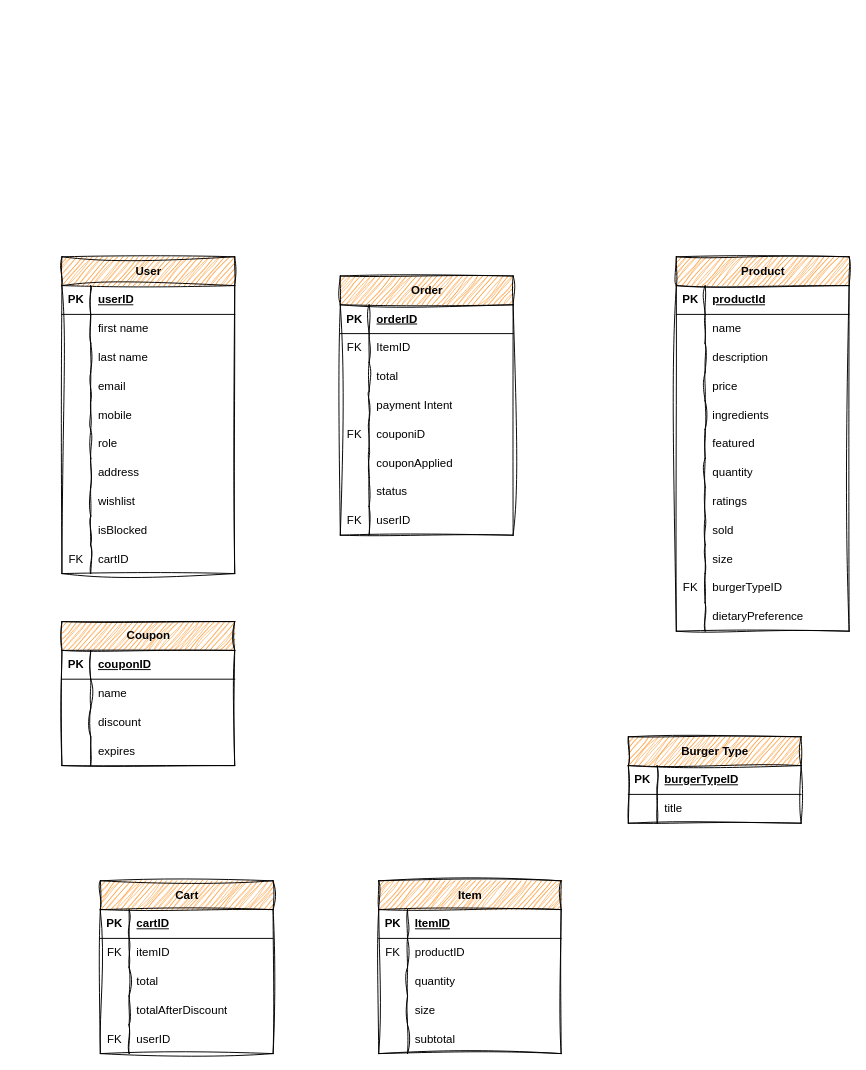
The draw.io diagram ER.drawio in JonR-lang/burger-restaurant-api, before the edit. Source tidied: cells renumbered, new cells numbered last; positions are measured from the earlier drawing's top-left corner, leaving out a move shared by most shapes. Both pictures are drawn from the tidied source at 96%, with x=0, y=0 at pixel (61, 256).
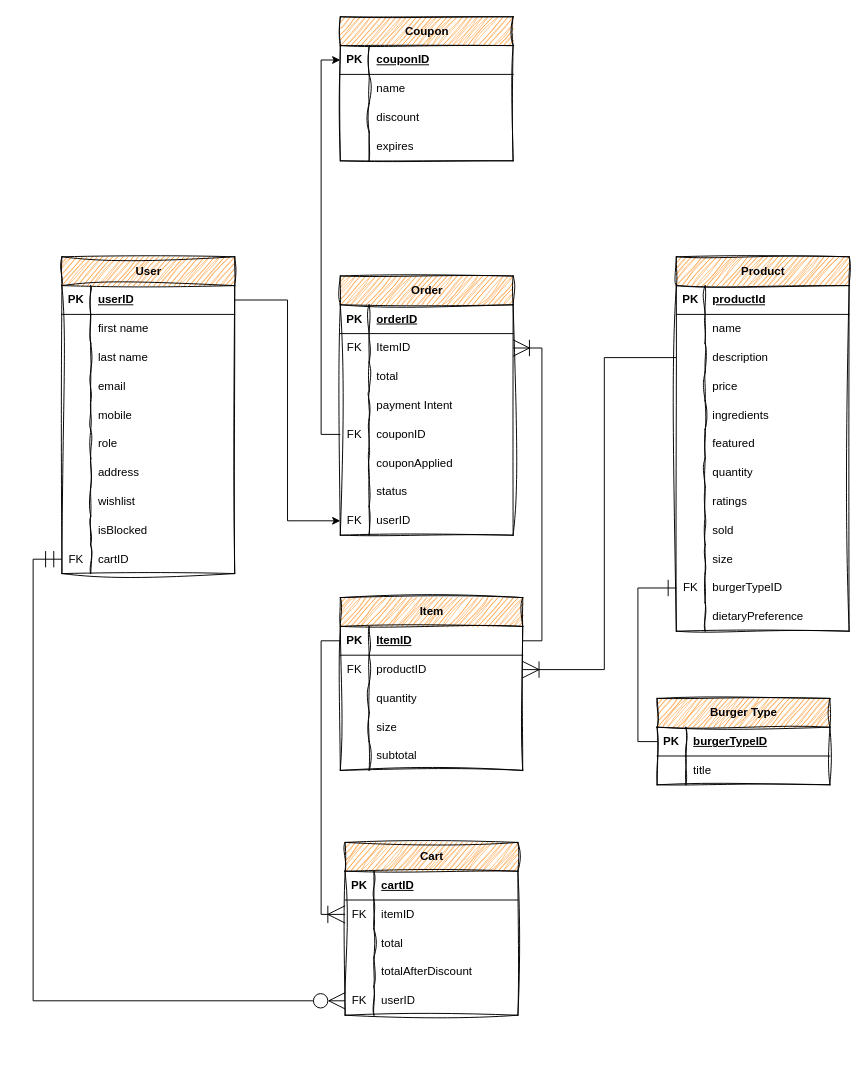
The same page after the edit.

The change refers to these unchanged cells:
```xml
<mxCell id="3" style="shape=tableRow;horizontal=0;startSize=0;swimlaneHead=0;swimlaneBody=0;fillColor=none;points=[[0,0.5],[1,0.5]];portConstraint=eastwest;top=0;left=0;right=0;bottom=1;" parent="2" vertex="1">
  <mxGeometry y="30" width="180" height="30" as="geometry" />
</mxCell>
<mxCell id="30" style="shape=tableRow;horizontal=0;startSize=0;swimlaneHead=0;swimlaneBody=0;fillColor=none;points=[[0,0.5],[1,0.5]];portConstraint=eastwest;top=0;left=0;right=0;bottom=0;" parent="2" vertex="1">
  <mxGeometry y="300" width="180" height="30" as="geometry" />
</mxCell>
<mxCell id="37" style="shape=tableRow;horizontal=0;startSize=0;swimlaneHead=0;swimlaneBody=0;fillColor=none;points=[[0,0.5],[1,0.5]];portConstraint=eastwest;top=0;left=0;right=0;bottom=0;" parent="33" vertex="1">
  <mxGeometry y="60" width="180" height="30" as="geometry" />
</mxCell>
<mxCell id="46" style="shape=tableRow;horizontal=0;startSize=0;swimlaneHead=0;swimlaneBody=0;fillColor=none;points=[[0,0.5],[1,0.5]];portConstraint=eastwest;top=0;left=0;right=0;bottom=0;" parent="33" vertex="1">
  <mxGeometry y="150" width="180" height="30" as="geometry" />
</mxCell>
<mxCell id="55" style="shape=tableRow;horizontal=0;startSize=0;swimlaneHead=0;swimlaneBody=0;fillColor=none;points=[[0,0.5],[1,0.5]];portConstraint=eastwest;top=0;left=0;right=0;bottom=0;" parent="33" vertex="1">
  <mxGeometry y="240" width="180" height="30" as="geometry" />
</mxCell>
<mxCell id="65" style="shape=tableRow;horizontal=0;startSize=0;swimlaneHead=0;swimlaneBody=0;fillColor=none;points=[[0,0.5],[1,0.5]];portConstraint=eastwest;top=0;left=0;right=0;bottom=0;" parent="58" vertex="1">
  <mxGeometry y="90" width="180" height="30" as="geometry" />
</mxCell>
<mxCell id="89" style="shape=tableRow;horizontal=0;startSize=0;swimlaneHead=0;swimlaneBody=0;fillColor=none;points=[[0,0.5],[1,0.5]];portConstraint=eastwest;top=0;left=0;right=0;bottom=0;" parent="58" vertex="1">
  <mxGeometry y="330" width="180" height="30" as="geometry" />
</mxCell>
<mxCell id="96" style="shape=tableRow;horizontal=0;startSize=0;swimlaneHead=0;swimlaneBody=0;fillColor=none;points=[[0,0.5],[1,0.5]];portConstraint=eastwest;top=0;left=0;right=0;bottom=1;" parent="95" vertex="1">
  <mxGeometry y="30" width="180" height="30" as="geometry" />
</mxCell>
<mxCell id="109" style="shape=tableRow;horizontal=0;startSize=0;swimlaneHead=0;swimlaneBody=0;fillColor=none;points=[[0,0.5],[1,0.5]];portConstraint=eastwest;top=0;left=0;right=0;bottom=1;" parent="108" vertex="1">
  <mxGeometry y="30" width="190" height="30" as="geometry" />
</mxCell>
<mxCell id="112" style="shape=tableRow;horizontal=0;startSize=0;swimlaneHead=0;swimlaneBody=0;fillColor=none;points=[[0,0.5],[1,0.5]];portConstraint=eastwest;top=0;left=0;right=0;bottom=0;" parent="108" vertex="1">
  <mxGeometry y="60" width="190" height="30" as="geometry" />
</mxCell>
<mxCell id="125" style="shape=tableRow;horizontal=0;startSize=0;swimlaneHead=0;swimlaneBody=0;fillColor=none;points=[[0,0.5],[1,0.5]];portConstraint=eastwest;top=0;left=0;right=0;bottom=1;" parent="124" vertex="1">
  <mxGeometry y="30" width="180" height="30" as="geometry" />
</mxCell>
<mxCell id="135" style="shape=tableRow;horizontal=0;startSize=0;swimlaneHead=0;swimlaneBody=0;fillColor=none;points=[[0,0.5],[1,0.5]];portConstraint=eastwest;top=0;left=0;right=0;bottom=0;" parent="131" vertex="1">
  <mxGeometry y="60" width="180" height="30" as="geometry" />
</mxCell>
<mxCell id="144" style="shape=tableRow;horizontal=0;startSize=0;swimlaneHead=0;swimlaneBody=0;fillColor=none;points=[[0,0.5],[1,0.5]];portConstraint=eastwest;top=0;left=0;right=0;bottom=0;" parent="131" vertex="1">
  <mxGeometry y="150" width="180" height="30" as="geometry" />
</mxCell>
```

Change to the diagram source:
```diff
@@
-    <mxCell id="48" value="couponiD" style="shape=partialRectangle;fillColor=none;top=0;left=0;bottom=0;right=0;align=left;spacingLeft=6;overflow=hidden;whiteSpace=wrap;html=1;" parent="46" vertex="1">
+    <mxCell id="48" value="couponID" style="shape=partialRectangle;fillColor=none;top=0;left=0;bottom=0;right=0;align=left;spacingLeft=6;overflow=hidden;whiteSpace=wrap;html=1;" parent="46" vertex="1">
       <mxGeometry x="30" width="150" height="30" as="geometry" />
     </mxCell>
@@
     <mxCell id="95" value="Coupon" style="shape=table;startSize=30;childLayout=tableLayout;rowLines=0;fontStyle=1;align=center;html=1;fillColor=#FF8000;rounded=0;sketch=1;curveFitting=1;jiggle=2;shadow=0;" parent="1" vertex="1">
-      <mxGeometry y="380" width="180" height="150" as="geometry" />
+      <mxGeometry x="290" y="-250" width="180" height="150" as="geometry" />
     </mxCell>
@@
     <mxCell id="108" value="Item" style="shape=table;startSize=30;childLayout=tableLayout;rowLines=0;fontStyle=1;align=center;html=1;fillColor=#FF8000;sketch=1;curveFitting=1;jiggle=2;" parent="1" vertex="1">
-      <mxGeometry x="330" y="650" width="190" height="180" as="geometry" />
+      <mxGeometry x="290" y="355" width="190" height="180" as="geometry" />
     </mxCell>
@@
     <mxCell id="124" value="Burger Type" style="shape=table;startSize=30;childLayout=tableLayout;rowLines=0;fontStyle=1;align=center;html=1;fillColor=#FF8000;sketch=1;curveFitting=1;jiggle=2;" parent="1" vertex="1">
-      <mxGeometry x="590" y="500" width="180" height="90" as="geometry" />
+      <mxGeometry x="620" y="460" width="180" height="90" as="geometry" />
     </mxCell>
@@
     <mxCell id="131" value="Cart" style="shape=table;startSize=30;childLayout=tableLayout;rowLines=0;fontStyle=1;align=center;html=1;fillColor=#FF8000;sketch=1;curveFitting=1;jiggle=2;" parent="1" vertex="1">
-      <mxGeometry x="40" y="650" width="180" height="180" as="geometry" />
+      <mxGeometry x="295" y="610" width="180" height="180" as="geometry" />
     </mxCell>
@@
+    <mxCell id="147" style="edgeStyle=orthogonalEdgeStyle;rounded=0;jettySize=auto;html=1;exitX=0;exitY=0.5;exitDx=0;exitDy=0;entryX=1;entryY=0.5;entryDx=0;entryDy=0;startArrow=none;startFill=0;endArrow=ERoneToMany;endFill=0;targetPerimeterSpacing=0;endSize=15;startSize=15;" parent="1" edge="1" source="65" target="112">
+      <mxGeometry relative="1" as="geometry" />
+    </mxCell>
+    <mxCell id="148" style="edgeStyle=orthogonalEdgeStyle;rounded=0;jettySize=auto;html=1;exitX=1;exitY=0.5;exitDx=0;exitDy=0;entryX=1;entryY=0.5;entryDx=0;entryDy=0;endArrow=ERoneToMany;endFill=0;endSize=15;" parent="1" edge="1" source="109" target="37">
+      <mxGeometry relative="1" as="geometry" />
+    </mxCell>
+    <mxCell id="149" style="edgeStyle=orthogonalEdgeStyle;rounded=0;jettySize=auto;html=1;exitX=0;exitY=0.5;exitDx=0;exitDy=0;entryX=0;entryY=0.5;entryDx=0;entryDy=0;" parent="1" edge="1" source="46" target="96">
+      <mxGeometry relative="1" as="geometry" />
+    </mxCell>
+    <mxCell id="150" style="edgeStyle=orthogonalEdgeStyle;rounded=0;jettySize=auto;html=1;exitX=1;exitY=0.5;exitDx=0;exitDy=0;entryX=0;entryY=0.5;entryDx=0;entryDy=0;" parent="1" edge="1" source="3" target="55">
+      <mxGeometry relative="1" as="geometry" />
+    </mxCell>
+    <mxCell id="151" style="edgeStyle=orthogonalEdgeStyle;rounded=0;jettySize=auto;html=1;exitX=0;exitY=0.5;exitDx=0;exitDy=0;entryX=0;entryY=0.5;entryDx=0;entryDy=0;startArrow=none;startFill=0;endArrow=ERone;endFill=0;endSize=15;" parent="1" edge="1" source="125" target="89">
+      <mxGeometry relative="1" as="geometry" />
+    </mxCell>
+    <mxCell id="152" style="edgeStyle=orthogonalEdgeStyle;rounded=0;jettySize=auto;html=1;exitX=0;exitY=0.5;exitDx=0;exitDy=0;entryX=0;entryY=0.5;entryDx=0;entryDy=0;endArrow=ERoneToMany;endFill=0;endSize=16;" parent="1" edge="1" source="109" target="135">
+      <mxGeometry relative="1" as="geometry" />
+    </mxCell>
+    <mxCell id="153" style="edgeStyle=orthogonalEdgeStyle;rounded=0;jettySize=auto;html=1;exitX=0;exitY=0.5;exitDx=0;exitDy=0;entryX=0;entryY=0.5;entryDx=0;entryDy=0;startArrow=ERmandOne;startFill=0;endSize=15;targetPerimeterSpacing=0;startSize=15;endArrow=ERzeroToMany;endFill=0;" parent="1" edge="1" source="30" target="144">
+      <mxGeometry relative="1" as="geometry" />
+    </mxCell>
```
